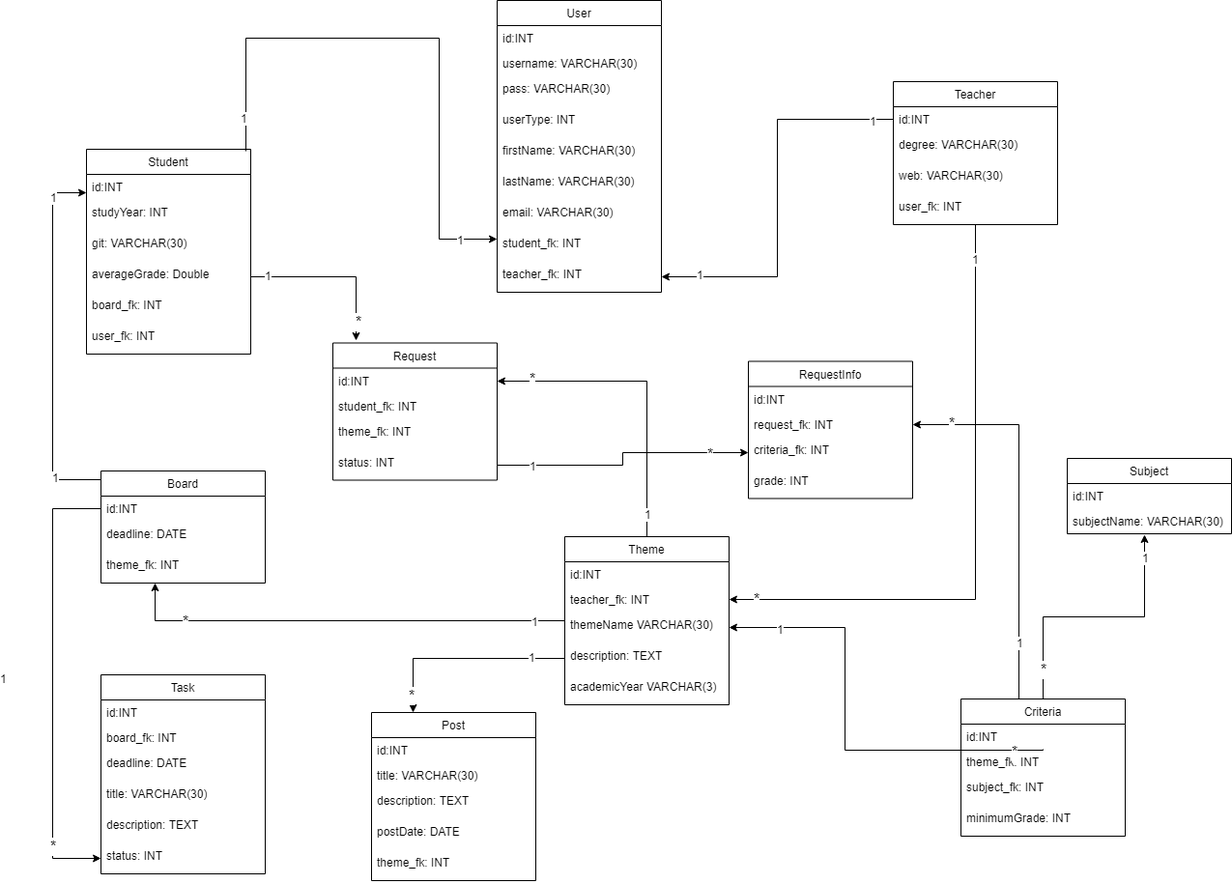
The draw.io diagram arhitecture/UMLDataBase.png in KetanoTinca/TW, before a commit. Source tidied: cells renumbered, new cells last; positions are measured from the earlier drawing's top-left corner, leaving out a move shared by most shapes.
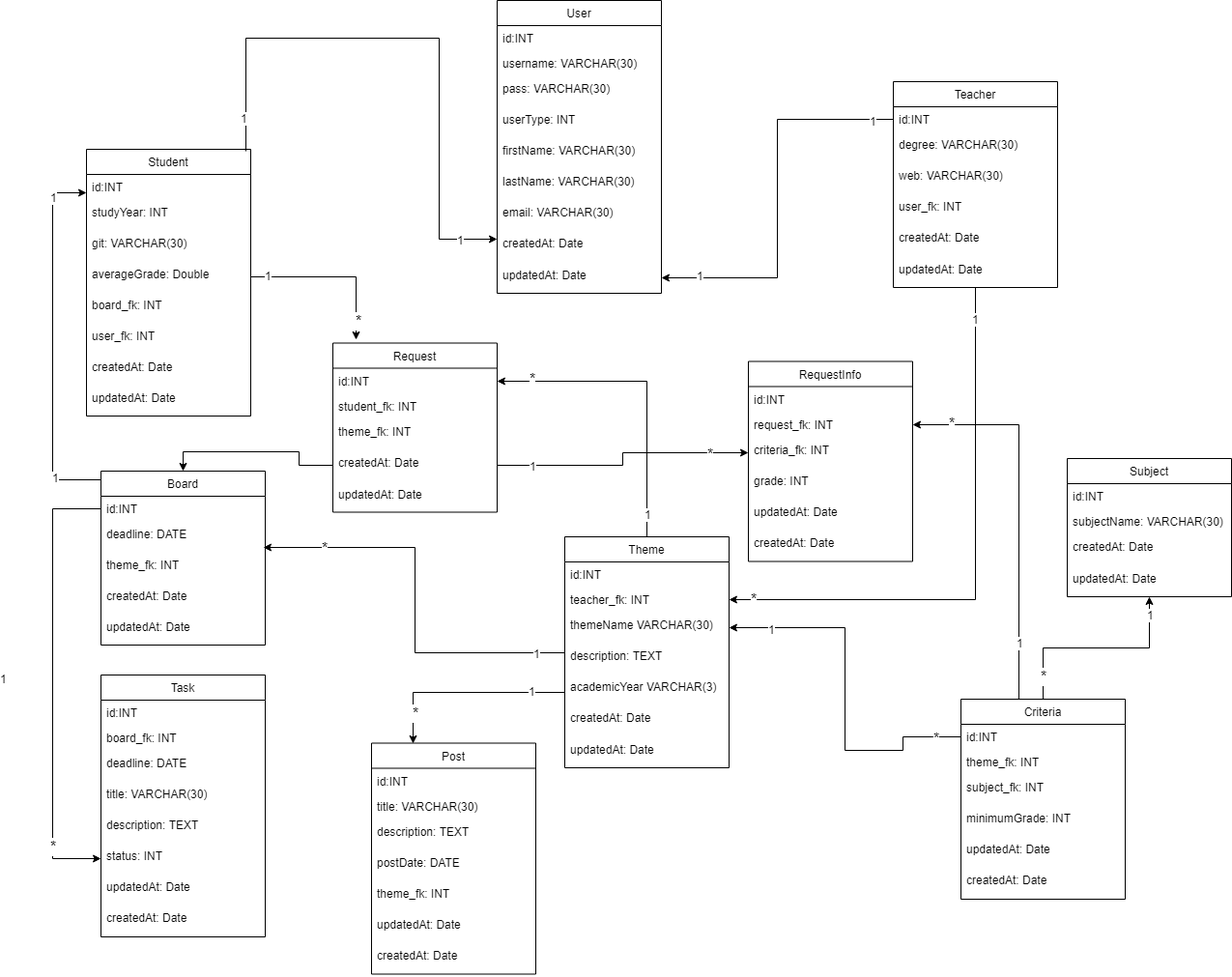
The same file after the commit.

Commit message:
upgrade added lasttime and createdtime

The edit, as a diff of the source:
```diff
@@ -5,3 +5,3 @@
     <mxCell id="2" value="User" style="swimlane;fontStyle=0;horizontal=1;startSize=26;fillColor=none;" parent="1" vertex="1">
-      <mxGeometry x="460" width="170" height="302" as="geometry" />
+      <mxGeometry x="460" width="170" height="303" as="geometry" />
     </mxCell>
@@ -28,7 +28,7 @@
     </mxCell>
-    <mxCell id="10" value="student_fk: INT" style="text;strokeColor=none;fillColor=none;align=left;verticalAlign=top;spacingLeft=4;spacingRight=4;overflow=hidden;" parent="2" vertex="1">
-      <mxGeometry y="238" width="170" height="32" as="geometry" />
+    <mxCell id="10" value="createdAt: Date" style="text;strokeColor=none;fillColor=none;align=left;verticalAlign=top;spacingLeft=4;spacingRight=4;overflow=hidden;" parent="2" vertex="1">
+      <mxGeometry y="238" width="170" height="33" as="geometry" />
     </mxCell>
-    <mxCell id="11" value="teacher_fk: INT" style="text;strokeColor=none;fillColor=none;align=left;verticalAlign=top;spacingLeft=4;spacingRight=4;overflow=hidden;points=[[0,0.5],[1,0.5]];portConstraint=eastwest;" parent="2" vertex="1">
-      <mxGeometry y="270" width="170" height="32" as="geometry" />
+    <mxCell id="11" value="updatedAt: Date" style="text;strokeColor=none;fillColor=none;align=left;verticalAlign=top;spacingLeft=4;spacingRight=4;overflow=hidden;points=[[0,0.5],[1,0.5]];portConstraint=eastwest;" parent="2" vertex="1">
+      <mxGeometry y="271" width="170" height="32" as="geometry" />
     </mxCell>
@@ -52,3 +52,3 @@
     <mxCell id="15" value="Student" style="swimlane;fontStyle=0;horizontal=1;startSize=26;fillColor=none;" parent="1" vertex="1">
-      <mxGeometry x="35" y="154" width="170" height="212" as="geometry" />
+      <mxGeometry x="35" y="154" width="170" height="276" as="geometry" />
     </mxCell>
@@ -72,2 +72,8 @@
     </mxCell>
+    <mxCell id="104" value="createdAt: Date" style="text;strokeColor=none;fillColor=none;align=left;verticalAlign=top;spacingLeft=4;spacingRight=4;overflow=hidden;" parent="15" vertex="1">
+      <mxGeometry y="212" width="170" height="32" as="geometry" />
+    </mxCell>
+    <mxCell id="105" value="updatedAt: Date" style="text;strokeColor=none;fillColor=none;align=left;verticalAlign=top;spacingLeft=4;spacingRight=4;overflow=hidden;" parent="15" vertex="1">
+      <mxGeometry y="244" width="170" height="32" as="geometry" />
+    </mxCell>
     <mxCell id="22" style="edgeStyle=orthogonalEdgeStyle;rounded=0;jettySize=auto;html=1;" parent="1" edge="1" source="25" target="41">
@@ -82,3 +88,3 @@
     <mxCell id="25" value="Teacher" style="swimlane;fontStyle=0;horizontal=1;startSize=26;fillColor=none;" parent="1" vertex="1">
-      <mxGeometry x="870" y="84" width="170" height="148" as="geometry" />
+      <mxGeometry x="870" y="84" width="170" height="213" as="geometry" />
     </mxCell>
@@ -96,2 +102,8 @@
     </mxCell>
+    <mxCell id="106" value="createdAt: Date" style="text;strokeColor=none;fillColor=none;align=left;verticalAlign=top;spacingLeft=4;spacingRight=4;overflow=hidden;" parent="25" vertex="1">
+      <mxGeometry y="148" width="170" height="33" as="geometry" />
+    </mxCell>
+    <mxCell id="107" value="updatedAt: Date" style="text;strokeColor=none;fillColor=none;align=left;verticalAlign=top;spacingLeft=4;spacingRight=4;overflow=hidden;" parent="25" vertex="1">
+      <mxGeometry y="181" width="170" height="32" as="geometry" />
+    </mxCell>
     <mxCell id="30" style="edgeStyle=orthogonalEdgeStyle;rounded=0;jettySize=auto;html=1;" parent="1" edge="1" source="26" target="11">
@@ -105,3 +117,3 @@
     </mxCell>
-    <mxCell id="33" style="edgeStyle=orthogonalEdgeStyle;rounded=0;jettySize=auto;html=1;entryX=0.329;entryY=1;entryDx=0;entryDy=0;entryPerimeter=0;" parent="1" edge="1" source="39" target="51">
+    <mxCell id="33" style="edgeStyle=orthogonalEdgeStyle;rounded=0;jettySize=auto;html=1;entryX=0.988;entryY=-0.156;entryDx=0;entryDy=0;entryPerimeter=0;" parent="1" edge="1" source="39" target="51">
       <mxGeometry relative="1" as="geometry" />
@@ -124,3 +136,3 @@
     <mxCell id="39" value="Theme" style="swimlane;fontStyle=0;horizontal=1;startSize=26;fillColor=none;" parent="1" vertex="1">
-      <mxGeometry x="530" y="555" width="170" height="174" as="geometry" />
+      <mxGeometry x="530" y="555" width="170" height="239" as="geometry" />
     </mxCell>
@@ -141,2 +153,8 @@
     </mxCell>
+    <mxCell id="108" value="createdAt: Date" style="text;strokeColor=none;fillColor=none;align=left;verticalAlign=top;spacingLeft=4;spacingRight=4;overflow=hidden;" parent="39" vertex="1">
+      <mxGeometry y="174" width="170" height="33" as="geometry" />
+    </mxCell>
+    <mxCell id="109" value="updatedAt: Date" style="text;strokeColor=none;fillColor=none;align=left;verticalAlign=top;spacingLeft=4;spacingRight=4;overflow=hidden;" parent="39" vertex="1">
+      <mxGeometry y="207" width="170" height="32" as="geometry" />
+    </mxCell>
     <mxCell id="45" style="edgeStyle=orthogonalEdgeStyle;rounded=0;jettySize=auto;html=1;" parent="1" edge="1" source="48" target="15">
@@ -156,3 +174,3 @@
     <mxCell id="48" value="Board" style="swimlane;fontStyle=0;horizontal=1;startSize=26;fillColor=none;" parent="1" vertex="1">
-      <mxGeometry x="50" y="487" width="170" height="116" as="geometry" />
+      <mxGeometry x="50" y="487" width="170" height="180" as="geometry" />
     </mxCell>
@@ -167,4 +185,10 @@
     </mxCell>
+    <mxCell id="110" value="createdAt: Date" style="text;strokeColor=none;fillColor=none;align=left;verticalAlign=top;spacingLeft=4;spacingRight=4;overflow=hidden;" parent="48" vertex="1">
+      <mxGeometry y="116" width="170" height="32" as="geometry" />
+    </mxCell>
+    <mxCell id="111" value="updatedAt: Date" style="text;strokeColor=none;fillColor=none;align=left;verticalAlign=top;spacingLeft=4;spacingRight=4;overflow=hidden;" parent="48" vertex="1">
+      <mxGeometry y="148" width="170" height="32" as="geometry" />
+    </mxCell>
     <mxCell id="52" value="Task" style="swimlane;fontStyle=0;horizontal=1;startSize=26;fillColor=none;" parent="1" vertex="1">
-      <mxGeometry x="50" y="698" width="170" height="206" as="geometry" />
+      <mxGeometry x="50" y="698" width="170" height="271" as="geometry" />
     </mxCell>
@@ -188,2 +212,8 @@
     </mxCell>
+    <mxCell id="112" value="updatedAt: Date" style="text;strokeColor=none;fillColor=none;align=left;verticalAlign=top;spacingLeft=4;spacingRight=4;overflow=hidden;" parent="52" vertex="1">
+      <mxGeometry y="206" width="170" height="32" as="geometry" />
+    </mxCell>
+    <mxCell id="113" value="createdAt: Date" style="text;strokeColor=none;fillColor=none;align=left;verticalAlign=top;spacingLeft=4;spacingRight=4;overflow=hidden;" parent="52" vertex="1">
+      <mxGeometry y="238" width="170" height="33" as="geometry" />
+    </mxCell>
     <mxCell id="59" style="edgeStyle=orthogonalEdgeStyle;rounded=0;jettySize=auto;html=1;" parent="1" edge="1" source="49" target="58">
@@ -202,3 +232,3 @@
     </mxCell>
-    <mxCell id="62" style="edgeStyle=orthogonalEdgeStyle;rounded=0;jettySize=auto;html=1;entryX=0.471;entryY=1.038;entryDx=0;entryDy=0;entryPerimeter=0;" parent="1" edge="1" source="68" target="78">
+    <mxCell id="62" style="edgeStyle=orthogonalEdgeStyle;rounded=0;jettySize=auto;html=1;" parent="1" edge="1" source="68" target="76">
       <mxGeometry relative="1" as="geometry" />
@@ -225,3 +255,3 @@
     <mxCell id="68" value="Criteria" style="swimlane;fontStyle=0;horizontal=1;startSize=26;fillColor=none;" parent="1" vertex="1">
-      <mxGeometry x="940" y="723" width="170" height="142" as="geometry" />
+      <mxGeometry x="940" y="723" width="170" height="207" as="geometry" />
     </mxCell>
@@ -239,6 +269,13 @@
     </mxCell>
+    <mxCell id="114" value="updatedAt: Date" style="text;strokeColor=none;fillColor=none;align=left;verticalAlign=top;spacingLeft=4;spacingRight=4;overflow=hidden;" parent="68" vertex="1">
+      <mxGeometry y="142" width="170" height="32" as="geometry" />
+    </mxCell>
+    <mxCell id="115" value="createdAt: Date" style="text;strokeColor=none;fillColor=none;align=left;verticalAlign=top;spacingLeft=4;spacingRight=4;overflow=hidden;" parent="68" vertex="1">
+      <mxGeometry y="174" width="170" height="33" as="geometry" />
+    </mxCell>
-    <mxCell id="73" style="edgeStyle=orthogonalEdgeStyle;rounded=0;jettySize=auto;html=1;" parent="1" edge="1" source="69" target="42">
+    <mxCell id="73" style="edgeStyle=orthogonalEdgeStyle;rounded=0;jettySize=auto;html=1;" parent="1" edge="1" source="68" target="42">
       <mxGeometry relative="1" as="geometry">
         <Array as="points">
-          <mxPoint x="1025" y="776" />
+          <mxPoint x="880" y="762" />
+          <mxPoint x="880" y="776" />
           <mxPoint x="820" y="776" />
@@ -255,3 +292,3 @@
     <mxCell id="76" value="Subject" style="swimlane;fontStyle=0;horizontal=1;startSize=26;fillColor=none;" parent="1" vertex="1">
-      <mxGeometry x="1050" y="474" width="170" height="78" as="geometry" />
+      <mxGeometry x="1050" y="474" width="170" height="143" as="geometry" />
     </mxCell>
@@ -263,4 +300,10 @@
     </mxCell>
+    <mxCell id="116" value="createdAt: Date" style="text;strokeColor=none;fillColor=none;align=left;verticalAlign=top;spacingLeft=4;spacingRight=4;overflow=hidden;" parent="76" vertex="1">
+      <mxGeometry y="78" width="170" height="33" as="geometry" />
+    </mxCell>
+    <mxCell id="117" value="updatedAt: Date" style="text;strokeColor=none;fillColor=none;align=left;verticalAlign=top;spacingLeft=4;spacingRight=4;overflow=hidden;" parent="76" vertex="1">
+      <mxGeometry y="111" width="170" height="32" as="geometry" />
+    </mxCell>
     <mxCell id="79" value="RequestInfo" style="swimlane;fontStyle=0;horizontal=1;startSize=26;fillColor=none;" parent="1" vertex="1">
-      <mxGeometry x="720" y="373.5" width="170" height="142" as="geometry" />
+      <mxGeometry x="720" y="373.5" width="170" height="207" as="geometry" />
     </mxCell>
@@ -278,4 +321,10 @@
     </mxCell>
+    <mxCell id="118" value="updatedAt: Date" style="text;strokeColor=none;fillColor=none;align=left;verticalAlign=top;spacingLeft=4;spacingRight=4;overflow=hidden;" parent="79" vertex="1">
+      <mxGeometry y="142" width="170" height="32" as="geometry" />
+    </mxCell>
+    <mxCell id="119" value="createdAt: Date" style="text;strokeColor=none;fillColor=none;align=left;verticalAlign=top;spacingLeft=4;spacingRight=4;overflow=hidden;" parent="79" vertex="1">
+      <mxGeometry y="174" width="170" height="33" as="geometry" />
+    </mxCell>
     <mxCell id="84" value="Request" style="swimlane;fontStyle=0;horizontal=1;startSize=26;fillColor=none;" parent="1" vertex="1">
-      <mxGeometry x="290" y="354.5" width="170" height="142" as="geometry" />
+      <mxGeometry x="290" y="354.5" width="170" height="175" as="geometry" />
     </mxCell>
@@ -290,5 +339,8 @@
     </mxCell>
-    <mxCell id="88" value="status: INT" style="text;strokeColor=none;fillColor=none;align=left;verticalAlign=top;spacingLeft=4;spacingRight=4;overflow=hidden;points=[[0,0.5],[1,0.5]];portConstraint=eastwest;" parent="84" vertex="1">
-      <mxGeometry y="110" width="170" height="32" as="geometry" />
-    </mxCell>
+    <mxCell id="120" value="createdAt: Date" style="text;strokeColor=none;fillColor=none;align=left;verticalAlign=top;spacingLeft=4;spacingRight=4;overflow=hidden;" parent="84" vertex="1">
+      <mxGeometry y="110" width="170" height="33" as="geometry" />
+    </mxCell>
+    <mxCell id="121" value="updatedAt: Date" style="text;strokeColor=none;fillColor=none;align=left;verticalAlign=top;spacingLeft=4;spacingRight=4;overflow=hidden;" parent="84" vertex="1">
+      <mxGeometry y="143" width="170" height="32" as="geometry" />
+    </mxCell>
     <mxCell id="89" style="edgeStyle=orthogonalEdgeStyle;rounded=0;jettySize=auto;html=1;entryX=0.141;entryY=-0.018;entryDx=0;entryDy=0;entryPerimeter=0;" parent="1" edge="1" source="19" target="84">
@@ -302,4 +354,6 @@
     </mxCell>
-    <mxCell id="92" style="edgeStyle=orthogonalEdgeStyle;rounded=0;jettySize=auto;html=1;entryX=0;entryY=0.5;entryDx=0;entryDy=0;" parent="1" edge="1" source="88" target="82">
-      <mxGeometry relative="1" as="geometry" />
+    <mxCell id="92" style="edgeStyle=orthogonalEdgeStyle;rounded=0;jettySize=auto;html=1;entryX=0;entryY=0.5;entryDx=0;entryDy=0;" parent="1" edge="1" target="82">
+      <mxGeometry relative="1" as="geometry">
+        <mxPoint x="460" y="481" as="sourcePoint" />
+      </mxGeometry>
     </mxCell>
@@ -312,3 +366,3 @@
     <mxCell id="95" value="Post" style="swimlane;fontStyle=0;horizontal=1;startSize=26;fillColor=none;" parent="1" vertex="1">
-      <mxGeometry x="330" y="737" width="170" height="174" as="geometry" />
+      <mxGeometry x="330" y="768.5" width="170" height="239" as="geometry" />
     </mxCell>
@@ -329,6 +383,12 @@
     </mxCell>
+    <mxCell id="122" value="updatedAt: Date" style="text;strokeColor=none;fillColor=none;align=left;verticalAlign=top;spacingLeft=4;spacingRight=4;overflow=hidden;" parent="95" vertex="1">
+      <mxGeometry y="174" width="170" height="32" as="geometry" />
+    </mxCell>
+    <mxCell id="123" value="createdAt: Date" style="text;strokeColor=none;fillColor=none;align=left;verticalAlign=top;spacingLeft=4;spacingRight=4;overflow=hidden;" parent="95" vertex="1">
+      <mxGeometry y="206" width="170" height="33" as="geometry" />
+    </mxCell>
-    <mxCell id="101" style="edgeStyle=orthogonalEdgeStyle;rounded=0;jettySize=auto;html=1;entryX=0.25;entryY=0;entryDx=0;entryDy=0;" parent="1" edge="1" source="43" target="95">
+    <mxCell id="101" style="edgeStyle=orthogonalEdgeStyle;rounded=0;jettySize=auto;html=1;entryX=0.25;entryY=0;entryDx=0;entryDy=0;" parent="1" edge="1" source="39" target="95">
       <mxGeometry relative="1" as="geometry">
         <Array as="points">
-          <mxPoint x="373" y="681" />
+          <mxPoint x="373" y="716" />
         </Array>
@@ -340,4 +400,11 @@
     <mxCell id="103" value="&lt;font style=&quot;font-size: 16px&quot;&gt;*&lt;/font&gt;" style="text;html=1;align=center;verticalAlign=middle;labelBackgroundColor=#ffffff;" parent="101" vertex="1">
-      <mxGeometry x="0.83" y="-2" relative="1" as="geometry" />
+      <mxGeometry x="0.83" y="-2" relative="1" as="geometry">
+        <mxPoint x="4" y="-14" as="offset" />
+      </mxGeometry>
     </mxCell>
+    <mxCell id="124" style="edgeStyle=orthogonalEdgeStyle;rounded=0;jettySize=auto;html=1;" parent="1" edge="1" target="48">
+      <mxGeometry relative="1" as="geometry">
+        <mxPoint x="290" y="481" as="sourcePoint" />
+      </mxGeometry>
+    </mxCell>
   </root>
```
